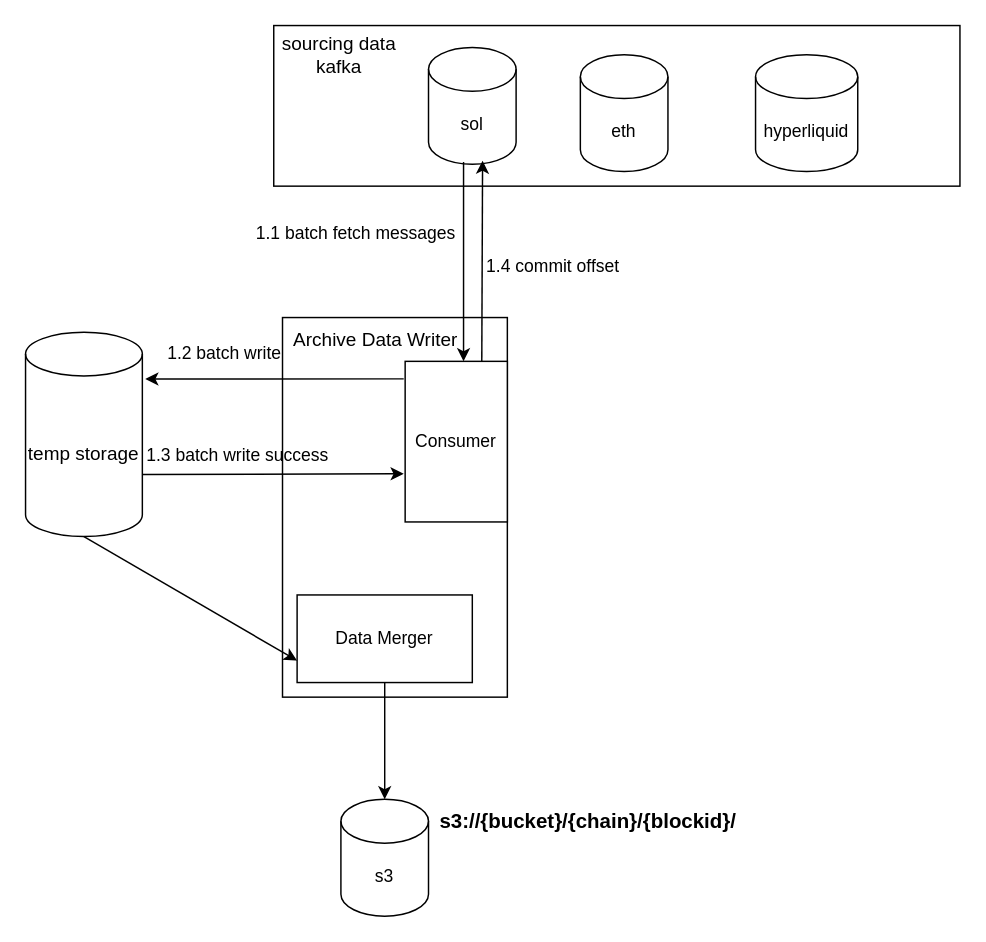
Earlier version of the draw.io diagram archive-data-writer.drawio (sy6765856/3DView). Source tidied: cells renumbered, new cells numbered last; positions are measured from the earlier drawing's top-left corner, leaving out a move shared by most shapes. Both pictures are drawn from the tidied source at 146%, with x=0, y=0 at pixel (25, 25).
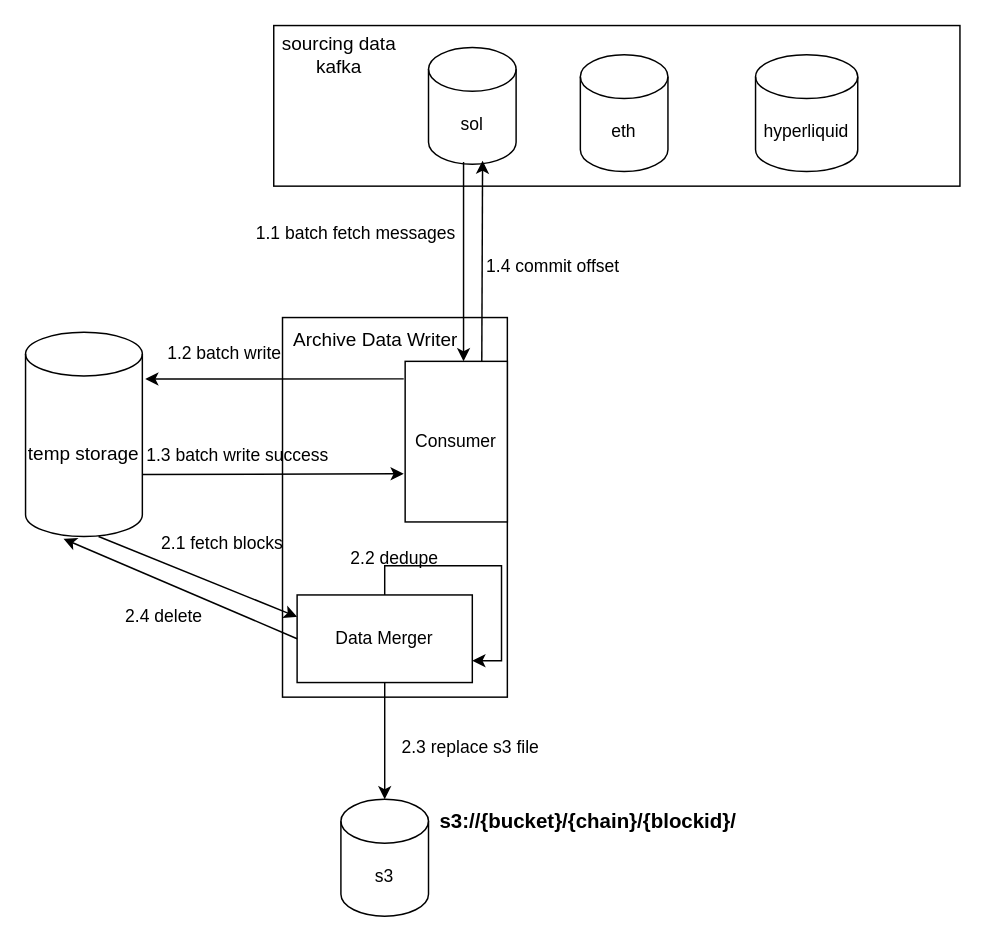
Above is the later version.

The change refers to these unchanged cells:
```xml
<mxCell id="10" value="&lt;font style=&quot;font-size: 13px;&quot;&gt;temp storage&lt;/font&gt;" style="shape=cylinder3;whiteSpace=wrap;html=1;boundedLbl=1;backgroundOutline=1;size=15;" parent="1" vertex="1">
  <mxGeometry y="210" width="80" height="140" as="geometry" />
</mxCell>
<mxCell id="14" value="Data Merger" style="rounded=0;whiteSpace=wrap;html=1;" parent="1" vertex="1">
  <mxGeometry x="186" y="390" width="120" height="60" as="geometry" />
</mxCell>
```

Change to the diagram source:
```diff
@@
+    <mxCell id="24" style="edgeStyle=orthogonalEdgeStyle;rounded=0;orthogonalLoop=1;jettySize=auto;html=1;exitX=0.5;exitY=0;exitDx=0;exitDy=0;entryX=1;entryY=0.75;entryDx=0;entryDy=0;" parent="1" edge="1" source="14" target="14">
+      <mxGeometry relative="1" as="geometry" />
+    </mxCell>
@@
-    <mxCell id="15" style="endArrow=classic;html=1;rounded=0;exitX=0.5;exitY=1;exitDx=0;exitDy=0;exitPerimeter=0;entryX=0;entryY=0.75;entryDx=0;entryDy=0;" parent="1" edge="1" source="10" target="14">
-      <mxGeometry relative="1" as="geometry" />
+    <mxCell id="15" style="endArrow=classic;html=1;rounded=0;entryX=0;entryY=0.25;entryDx=0;entryDy=0;" parent="1" edge="1" target="14">
+      <mxGeometry relative="1" as="geometry">
+        <mxPoint x="50" y="350" as="sourcePoint" />
+      </mxGeometry>
     </mxCell>
@@
+    <mxCell id="25" value="2.1 fetch blocks" style="text;html=1;align=center;verticalAlign=middle;whiteSpace=wrap;rounded=0;" parent="1" vertex="1">
+      <mxGeometry x="70" y="340" width="130" height="30" as="geometry" />
+    </mxCell>
+    <mxCell id="26" style="endArrow=classic;html=1;rounded=0;exitX=0;exitY=0.5;exitDx=0;exitDy=0;entryX=0.325;entryY=1.011;entryDx=0;entryDy=0;entryPerimeter=0;" parent="1" edge="1" source="14" target="10">
+      <mxGeometry relative="1" as="geometry" />
+    </mxCell>
+    <mxCell id="27" value="2.3 replace s3 file" style="text;html=1;align=center;verticalAlign=middle;whiteSpace=wrap;rounded=0;" parent="1" vertex="1">
+      <mxGeometry x="240" y="480" width="130" height="30" as="geometry" />
+    </mxCell>
+    <mxCell id="28" value="2.4 delete" style="text;html=1;align=center;verticalAlign=middle;whiteSpace=wrap;rounded=0;" parent="1" vertex="1">
+      <mxGeometry x="30" y="390" width="130" height="30" as="geometry" />
+    </mxCell>
+    <mxCell id="29" value="2.2 dedupe" style="text;html=1;align=center;verticalAlign=middle;whiteSpace=wrap;rounded=0;" parent="1" vertex="1">
+      <mxGeometry x="188" y="350" width="130" height="30" as="geometry" />
+    </mxCell>
```
